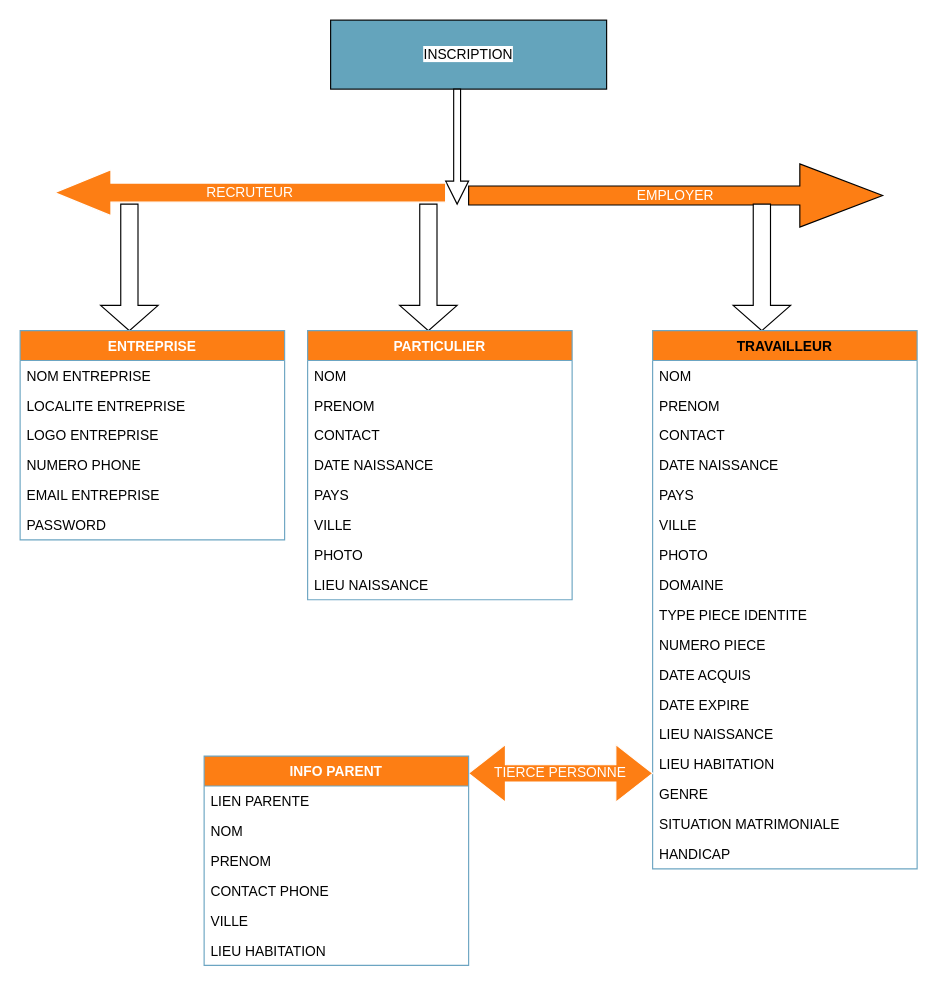
The draw.io diagram AT_RM.drawio in DavidDem249/diagrams, before the edit. Source tidied: cells renumbered, new cells numbered last; positions are measured from the earlier drawing's top-left corner, leaving out a move shared by most shapes. Both pictures are drawn from the tidied source at 115%, with x=0, y=0 at pixel (20, 20).
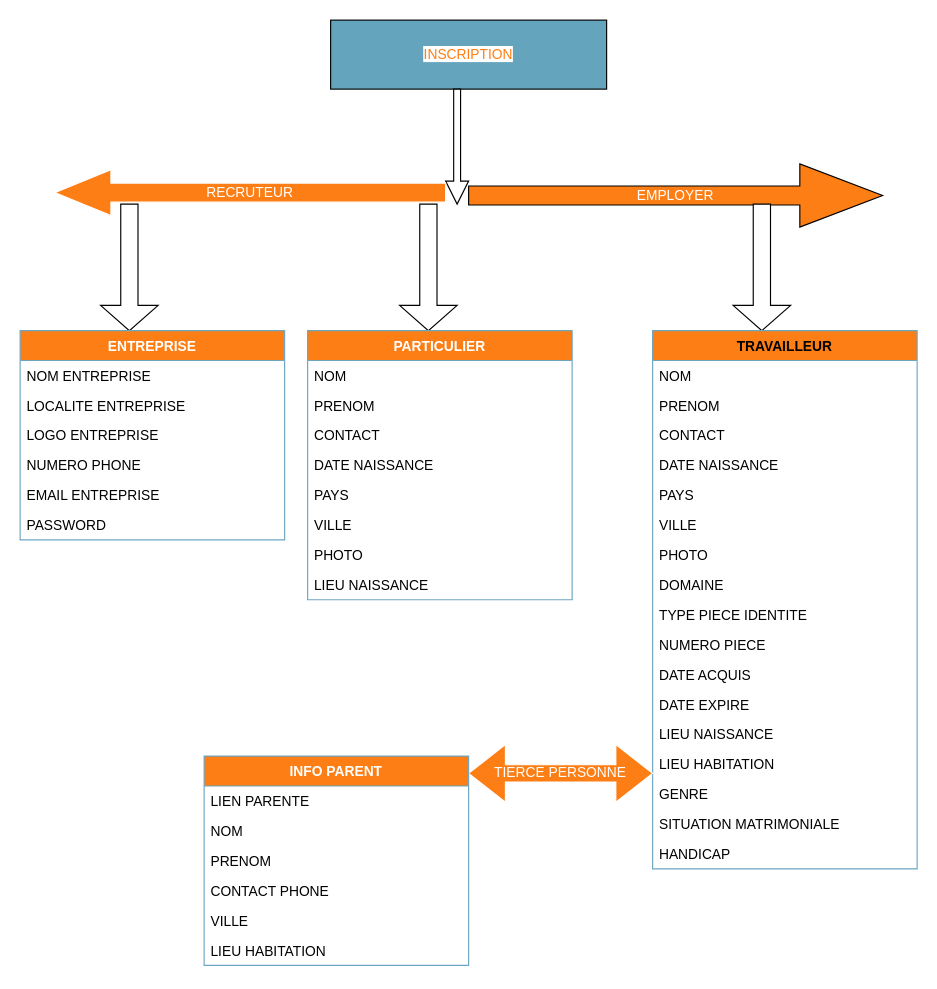
After the change.

What changed in the source:
```diff
@@
-    <mxCell id="2" value="&lt;span style=&quot;background-color: rgb(255 , 255 , 255)&quot;&gt;INSCRIPTION&lt;/span&gt;" style="rounded=0;whiteSpace=wrap;html=1;fillColor=#64A4BC;" parent="1" vertex="1">
+    <mxCell id="2" value="&lt;span style=&quot;background-color: rgb(255 , 255 , 255)&quot;&gt;&lt;font color=&quot;#fd7e14&quot;&gt;INSCRIPTION&lt;/font&gt;&lt;/span&gt;" style="rounded=0;whiteSpace=wrap;html=1;fillColor=#64A4BC;" parent="1" vertex="1">
       <mxGeometry x="270" width="240" height="60" as="geometry" />
     </mxCell>
```
